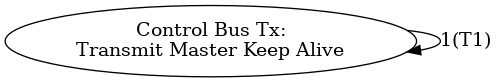
The Graphviz diagram telemetry/masterTelemetrySM.png in umdloop/state-machines, before a commit. Its source is kept beside it as telemetry/masterTelemetrySM.dot. Its diagram source:
```dot
digraph newUSM {
    S51 [label = "Control Bus Tx:\nTransmit Master Keep Alive"];
    S51 -> S51 [label = "1(T1)"];
}

```
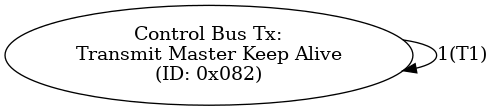
Later version of the same file.

Commit message:
Add CAN IDs to all telemetry state machines

The edit, as a diff of the source:
```diff
@@ -1,5 +1,5 @@
 digraph newUSM {
-    S51 [label = "Control Bus Tx:\nTransmit Master Keep Alive"];
+    S51 [label = "Control Bus Tx:\nTransmit Master Keep Alive\n(ID: 0x082)"];
     S51 -> S51 [label = "1(T1)"];
 }
 
```
